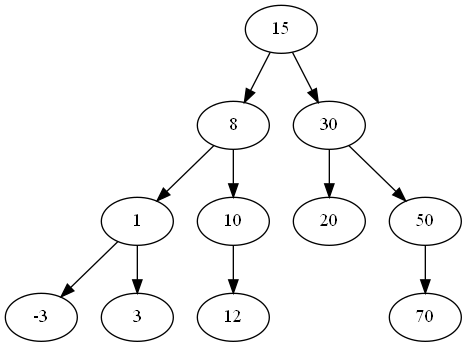
Before: lab_06_04/AVL.png, a diagram exported from Graphviz (xanderkov/TASD). Its source is kept beside it as lab_06_04/out/AVL.gv.
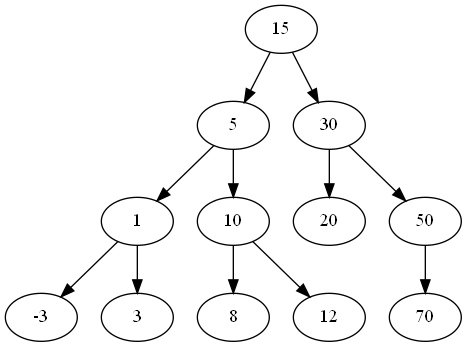
After the commit.

The edit, as a diff of the source:
```diff
@@ -1,10 +1,11 @@
 digraph AVL {
-15 -> 8;
+15 -> 5;
 15 -> 30;
-8 -> 1;
-8 -> 10;
+5 -> 1;
+5 -> 10;
 1 -> -3;
 1 -> 3;
+10 -> 8;
 10 -> 12;
 30 -> 20;
 30 -> 50;
```
